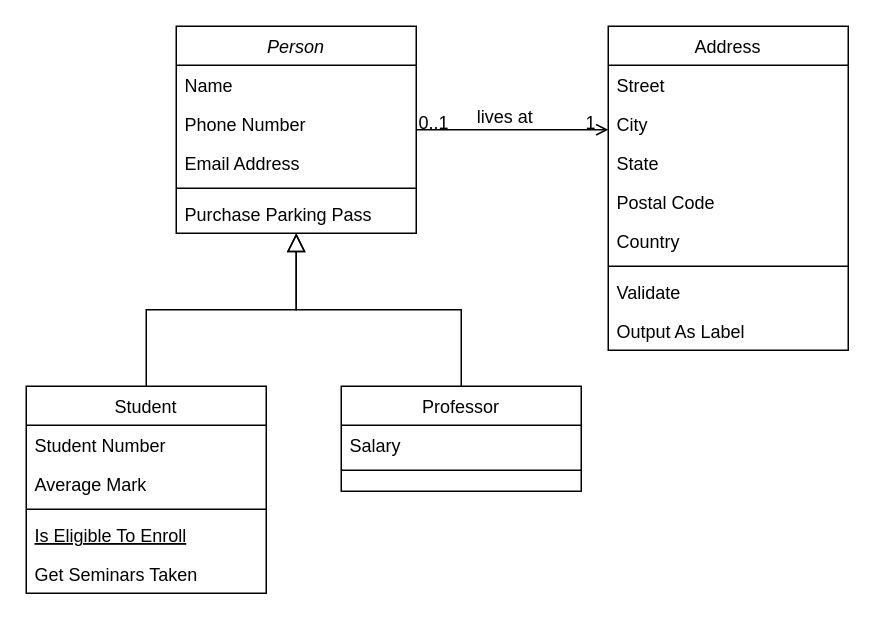
This is Untitled Diagram.drawio from KIPTOO-JOB/foodProject, a draw.io file, before an edit. Source tidied: cells renumbered, new cells numbered last; positions are measured from the earlier drawing's top-left corner, leaving out a move shared by most shapes. Both pictures are drawn from the tidied source at 150%, with x=0, y=0 at pixel (26, 26).
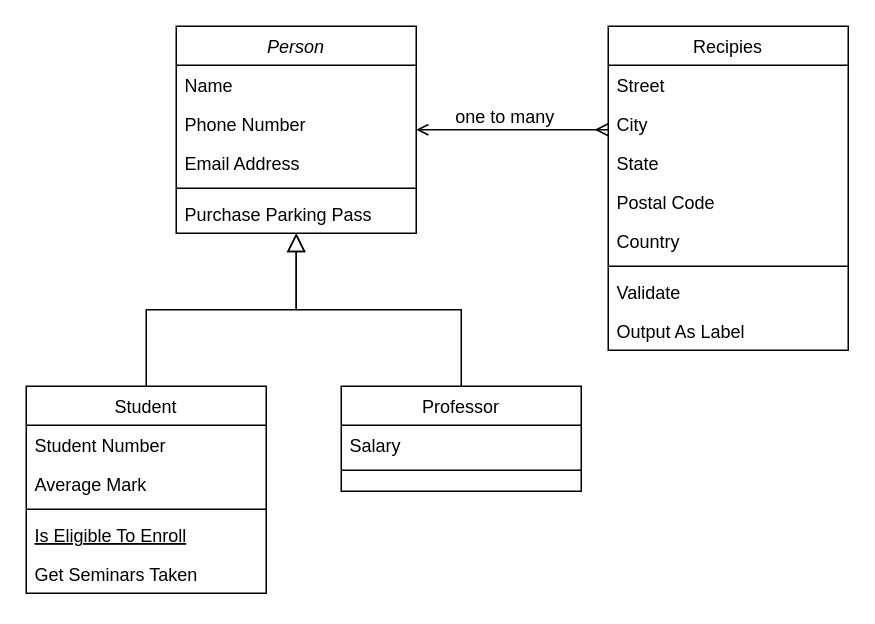
After the change.

Commit message:
one to one relationship catrgories and Recipies

Unchanged cells that the change refers to:
```xml
<mxCell id="2" value="Person" style="swimlane;fontStyle=2;align=center;verticalAlign=top;horizontal=1;startSize=26;rounded=0;shadow=0;strokeWidth=1;" parent="1" vertex="1">
  <mxGeometry x="100" width="160" height="138" as="geometry" />
</mxCell>
```

What changed in the source:
```diff
@@
-    <mxCell id="19" value="Address" style="swimlane;fontStyle=0;align=center;verticalAlign=top;horizontal=1;startSize=26;rounded=0;shadow=0;strokeWidth=1;" parent="1" vertex="1">
+    <mxCell id="19" value="Recipies" style="swimlane;fontStyle=0;align=center;verticalAlign=top;horizontal=1;startSize=26;rounded=0;shadow=0;strokeWidth=1;" parent="1" vertex="1">
       <mxGeometry x="388" width="160" height="216" as="geometry" />
     </mxCell>
@@
-    <mxCell id="28" style="endArrow=open;shadow=0;strokeWidth=1;rounded=0;curved=0;endFill=1;edgeStyle=elbowEdgeStyle;elbow=vertical;" parent="1" edge="1" source="2" target="19">
+    <mxCell id="28" style="endArrow=ERmany;shadow=0;strokeWidth=1;rounded=0;curved=0;endFill=0;edgeStyle=elbowEdgeStyle;elbow=vertical;startArrow=open;startFill=0;" parent="1" edge="1" source="2" target="19">
       <mxGeometry x="0.5" y="41" relative="1" as="geometry">
         <mxPoint x="-40" y="32" as="offset" />
       </mxGeometry>
     </mxCell>
-    <mxCell id="29" value="0..1" style="align=left;verticalAlign=bottom;labelBackgroundColor=none;fontSize=12;" parent="28" vertex="1">
-      <mxGeometry x="-1" relative="1" as="geometry">
-        <mxPoint y="4" as="offset" />
-      </mxGeometry>
-    </mxCell>
-    <mxCell id="30" value="1" style="align=right;verticalAlign=bottom;labelBackgroundColor=none;fontSize=12;" parent="28" vertex="1">
-      <mxGeometry x="1" relative="1" as="geometry">
-        <mxPoint x="-7" y="4" as="offset" />
-      </mxGeometry>
-    </mxCell>
-    <mxCell id="31" value="lives at" style="text;html=1;align=center;verticalAlign=middle;labelBackgroundColor=none;rounded=0;shadow=0;strokeWidth=1;fontSize=12;" parent="28" vertex="1">
+    <mxCell id="31" value="&lt;div&gt;one to many &lt;br&gt;&lt;/div&gt;" style="text;html=1;align=center;verticalAlign=middle;labelBackgroundColor=none;rounded=0;shadow=0;strokeWidth=1;fontSize=12;" parent="28" vertex="1">
       <mxGeometry x="0.5" y="49" relative="1" as="geometry">
         <mxPoint x="-38" y="40" as="offset" />
       </mxGeometry>
     </mxCell>
```
